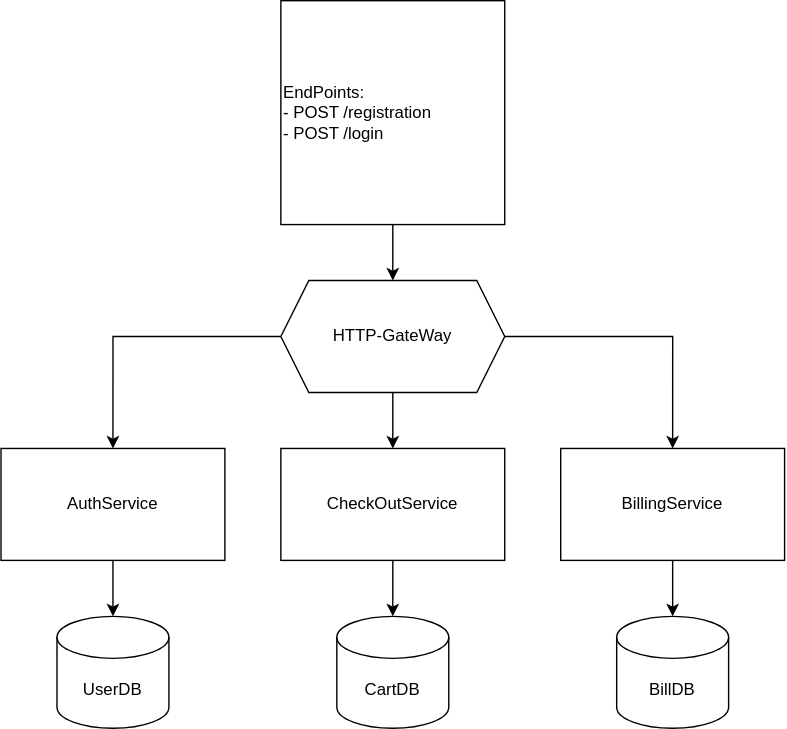
The draw.io diagram documents/arch.drawio.svg in offluck/shopper, before a commit. Source tidied: cells renumbered, new cells last; positions are measured from the earlier drawing's top-left corner, leaving out a move shared by most shapes.
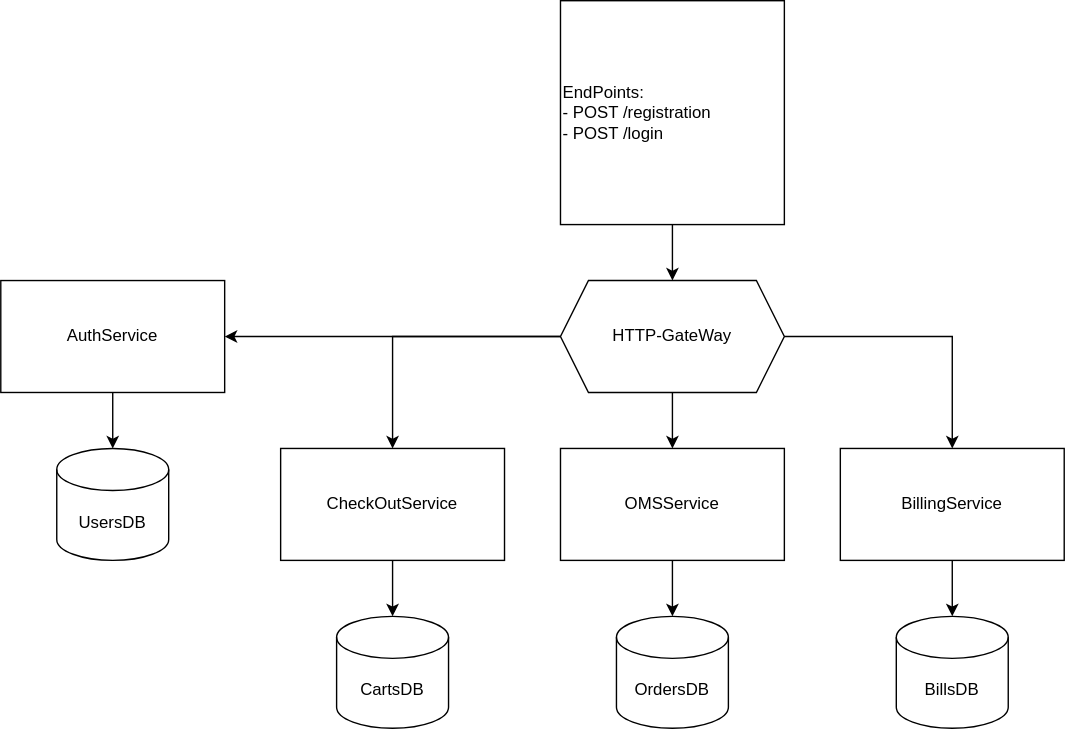
The same diagram one commit later.

Change to the diagram source:
```diff
@@ -2,13 +2,13 @@
   <root>
     <mxCell id="0" />
     <mxCell id="1" parent="0" />
-    <mxCell id="2" value="UserDB" style="shape=cylinder3;whiteSpace=wrap;html=1;boundedLbl=1;backgroundOutline=1;size=15;" parent="1" vertex="1">
-      <mxGeometry x="40" y="440" width="80" height="80" as="geometry" />
+    <mxCell id="2" value="UsersDB" style="shape=cylinder3;whiteSpace=wrap;html=1;boundedLbl=1;backgroundOutline=1;size=15;" parent="1" vertex="1">
+      <mxGeometry x="-160" y="320" width="80" height="80" as="geometry" />
     </mxCell>
-    <mxCell id="3" value="CartDB" style="shape=cylinder3;whiteSpace=wrap;html=1;boundedLbl=1;backgroundOutline=1;size=15;" parent="1" vertex="1">
+    <mxCell id="3" value="OrdersDB" style="shape=cylinder3;whiteSpace=wrap;html=1;boundedLbl=1;backgroundOutline=1;size=15;" parent="1" vertex="1">
       <mxGeometry x="240" y="440" width="80" height="80" as="geometry" />
     </mxCell>
-    <mxCell id="4" value="BillDB" style="shape=cylinder3;whiteSpace=wrap;html=1;boundedLbl=1;backgroundOutline=1;size=15;" parent="1" vertex="1">
+    <mxCell id="4" value="BillsDB" style="shape=cylinder3;whiteSpace=wrap;html=1;boundedLbl=1;backgroundOutline=1;size=15;" parent="1" vertex="1">
       <mxGeometry x="440" y="440" width="80" height="80" as="geometry" />
     </mxCell>
     <mxCell id="5" style="edgeStyle=orthogonalEdgeStyle;rounded=0;jettySize=auto;html=1;entryX=0.5;entryY=0;entryDx=0;entryDy=0;" parent="1" edge="1" source="6" target="15">
@@ -18,12 +18,12 @@
       <mxGeometry x="200" width="160" height="160" as="geometry" />
     </mxCell>
     <mxCell id="7" value="AuthService" style="rounded=0;whiteSpace=wrap;html=1;" parent="1" vertex="1">
-      <mxGeometry y="320" width="160" height="80" as="geometry" />
+      <mxGeometry x="-200" y="200" width="160" height="80" as="geometry" />
     </mxCell>
     <mxCell id="8" style="edgeStyle=orthogonalEdgeStyle;rounded=0;jettySize=auto;html=1;entryX=0.5;entryY=0;entryDx=0;entryDy=0;entryPerimeter=0;" parent="1" edge="1" source="7" target="2">
       <mxGeometry relative="1" as="geometry" />
     </mxCell>
-    <mxCell id="9" value="CheckOutService" style="rounded=0;whiteSpace=wrap;html=1;" parent="1" vertex="1">
+    <mxCell id="9" value="OMSService" style="rounded=0;whiteSpace=wrap;html=1;" parent="1" vertex="1">
       <mxGeometry x="200" y="320" width="160" height="80" as="geometry" />
     </mxCell>
     <mxCell id="10" value="BillingService" style="rounded=0;whiteSpace=wrap;html=1;" parent="1" vertex="1">
@@ -38,14 +38,26 @@
     <mxCell id="13" style="edgeStyle=orthogonalEdgeStyle;rounded=0;jettySize=auto;html=1;entryX=0.5;entryY=0;entryDx=0;entryDy=0;" parent="1" edge="1" source="15" target="9">
       <mxGeometry relative="1" as="geometry" />
     </mxCell>
-    <mxCell id="14" style="edgeStyle=orthogonalEdgeStyle;rounded=0;jettySize=auto;html=1;entryX=0.5;entryY=0;entryDx=0;entryDy=0;" parent="1" edge="1" source="15" target="7">
+    <mxCell id="14" style="edgeStyle=orthogonalEdgeStyle;rounded=0;jettySize=auto;html=1;entryX=1;entryY=0.5;entryDx=0;entryDy=0;" parent="1" edge="1" source="15" target="7">
       <mxGeometry relative="1" as="geometry" />
     </mxCell>
+    <mxCell id="17" style="edgeStyle=orthogonalEdgeStyle;rounded=0;jettySize=auto;html=1;entryX=0.5;entryY=0;entryDx=0;entryDy=0;" parent="1" edge="1" source="15" target="18">
+      <mxGeometry relative="1" as="geometry" />
+    </mxCell>
     <mxCell id="15" value="HTTP-GateWay" style="shape=hexagon;perimeter=hexagonPerimeter2;whiteSpace=wrap;html=1;fixedSize=1;" parent="1" vertex="1">
       <mxGeometry x="200" y="200" width="160" height="80" as="geometry" />
     </mxCell>
     <mxCell id="16" style="edgeStyle=orthogonalEdgeStyle;rounded=0;jettySize=auto;html=1;entryX=0.5;entryY=0;entryDx=0;entryDy=0;" parent="1" edge="1" source="15" target="10">
       <mxGeometry relative="1" as="geometry" />
     </mxCell>
+    <mxCell id="18" value="CheckOutService" style="rounded=0;whiteSpace=wrap;html=1;" parent="1" vertex="1">
+      <mxGeometry y="320" width="160" height="80" as="geometry" />
+    </mxCell>
+    <mxCell id="19" value="CartsDB" style="shape=cylinder3;whiteSpace=wrap;html=1;boundedLbl=1;backgroundOutline=1;size=15;" parent="1" vertex="1">
+      <mxGeometry x="40" y="440" width="80" height="80" as="geometry" />
+    </mxCell>
+    <mxCell id="20" style="edgeStyle=orthogonalEdgeStyle;rounded=0;jettySize=auto;html=1;entryX=0.5;entryY=0;entryDx=0;entryDy=0;entryPerimeter=0;" parent="1" edge="1" source="18" target="19">
+      <mxGeometry relative="1" as="geometry" />
+    </mxCell>
   </root>
 </mxGraphModel>
```
